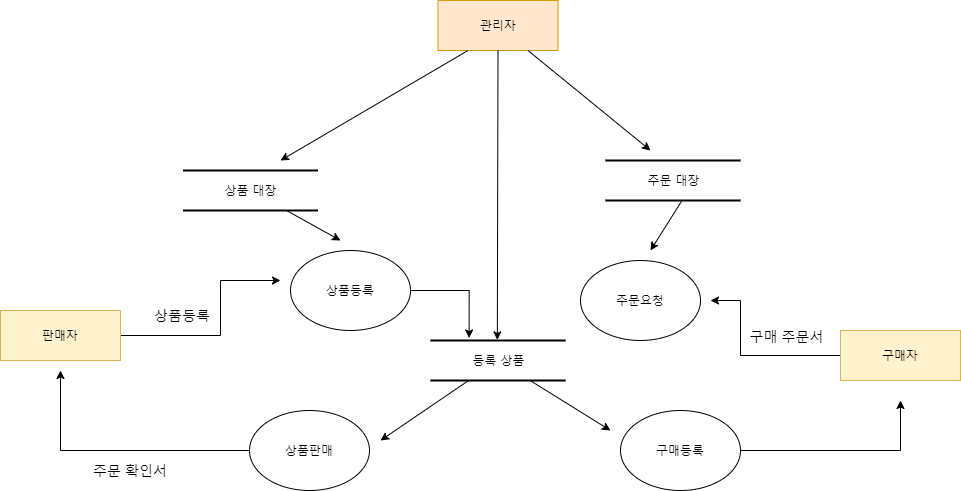
Before: Untitled Diagram.png, a diagram exported from draw.io (osiris0607/Project). Source tidied: cells renumbered, new cells last; positions are measured from the earlier drawing's top-left corner, leaving out a move shared by most shapes. The source it was exported from:
```xml
<mxGraphModel background="#ffffff">
  <root>
    <mxCell id="0" />
    <mxCell id="1" parent="0" />
    <mxCell id="2" style="edgeStyle=orthogonalEdgeStyle;rounded=0;jettySize=auto;html=1;exitX=0;exitY=0.5;exitDx=0;exitDy=0;" parent="1" edge="1" source="3">
      <mxGeometry relative="1" as="geometry">
        <mxPoint x="710" y="300" as="targetPoint" />
        <Array as="points">
          <mxPoint x="740" y="355" />
          <mxPoint x="740" y="300" />
        </Array>
      </mxGeometry>
    </mxCell>
    <mxCell id="3" value="구매자" style="whiteSpace=wrap;html=1;rounded=0;shadow=0;comic=0;labelBackgroundColor=none;strokeWidth=1;fontFamily=Verdana;fontSize=12;align=center;fillColor=#fff2cc;strokeColor=#d6b656;" parent="1" vertex="1">
      <mxGeometry x="840" y="330" width="120" height="50" as="geometry" />
    </mxCell>
    <mxCell id="4" value="등록 상품" style="html=1;rounded=0;shadow=0;comic=0;labelBackgroundColor=none;strokeWidth=2;fontFamily=Verdana;fontSize=12;align=center;shape=mxgraph.ios7ui.horLines;" parent="1" vertex="1">
      <mxGeometry x="430" y="340" width="135" height="40" as="geometry" />
    </mxCell>
    <mxCell id="5" style="edgeStyle=orthogonalEdgeStyle;rounded=0;jettySize=auto;html=1;" parent="1" edge="1" source="6">
      <mxGeometry relative="1" as="geometry">
        <mxPoint x="280" y="280" as="targetPoint" />
        <Array as="points">
          <mxPoint x="220" y="335" />
          <mxPoint x="220" y="280" />
        </Array>
      </mxGeometry>
    </mxCell>
    <mxCell id="6" value="판매자" style="whiteSpace=wrap;html=1;rounded=0;shadow=0;comic=0;labelBackgroundColor=none;strokeWidth=1;fontFamily=Verdana;fontSize=12;align=center;fillColor=#fff2cc;strokeColor=#d6b656;" parent="1" vertex="1">
      <mxGeometry y="310" width="120" height="50" as="geometry" />
    </mxCell>
    <mxCell id="7" value="관리자" style="whiteSpace=wrap;html=1;rounded=0;shadow=0;comic=0;labelBackgroundColor=none;strokeWidth=1;fontFamily=Verdana;fontSize=12;align=center;fillColor=#ffe6cc;strokeColor=#d79b00;" parent="1" vertex="1">
      <mxGeometry x="437.5" width="120" height="50" as="geometry" />
    </mxCell>
    <mxCell id="8" style="edgeStyle=orthogonalEdgeStyle;rounded=0;jettySize=auto;html=1;exitX=1;exitY=0.5;exitDx=0;exitDy=0;entryX=0.286;entryY=-0.062;entryDx=0;entryDy=0;entryPerimeter=0;" parent="1" edge="1" source="9" target="4">
      <mxGeometry relative="1" as="geometry" />
    </mxCell>
    <mxCell id="9" value="상품등록" style="ellipse;whiteSpace=wrap;html=1;" parent="1" vertex="1">
      <mxGeometry x="290" y="250" width="120" height="80" as="geometry" />
    </mxCell>
    <mxCell id="10" value="상품 대장" style="html=1;rounded=0;shadow=0;comic=0;labelBackgroundColor=none;strokeWidth=2;fontFamily=Verdana;fontSize=12;align=center;shape=mxgraph.ios7ui.horLines;" parent="1" vertex="1">
      <mxGeometry x="182.5" y="170" width="135" height="40" as="geometry" />
    </mxCell>
    <mxCell id="11" value="주문 대장" style="html=1;rounded=0;shadow=0;comic=0;labelBackgroundColor=none;strokeWidth=2;fontFamily=Verdana;fontSize=12;align=center;shape=mxgraph.ios7ui.horLines;" parent="1" vertex="1">
      <mxGeometry x="605" y="160" width="135" height="40" as="geometry" />
    </mxCell>
    <mxCell id="12" value="주문요청" style="ellipse;whiteSpace=wrap;html=1;" parent="1" vertex="1">
      <mxGeometry x="580" y="260" width="120" height="80" as="geometry" />
    </mxCell>
    <mxCell id="13" style="edgeStyle=orthogonalEdgeStyle;rounded=0;jettySize=auto;html=1;exitX=1;exitY=0.5;exitDx=0;exitDy=0;" parent="1" edge="1" source="14">
      <mxGeometry relative="1" as="geometry">
        <mxPoint x="900" y="400" as="targetPoint" />
      </mxGeometry>
    </mxCell>
    <mxCell id="14" value="구매등록" style="ellipse;whiteSpace=wrap;html=1;" parent="1" vertex="1">
      <mxGeometry x="620" y="410" width="120" height="80" as="geometry" />
    </mxCell>
    <mxCell id="15" style="edgeStyle=orthogonalEdgeStyle;rounded=0;jettySize=auto;html=1;exitX=0;exitY=0.5;exitDx=0;exitDy=0;" parent="1" edge="1" source="16">
      <mxGeometry relative="1" as="geometry">
        <mxPoint x="60" y="370" as="targetPoint" />
      </mxGeometry>
    </mxCell>
    <mxCell id="16" value="상품판매" style="ellipse;whiteSpace=wrap;html=1;" parent="1" vertex="1">
      <mxGeometry x="249" y="410" width="120" height="80" as="geometry" />
    </mxCell>
    <mxCell id="17" style="endArrow=classic;html=1;" parent="1" edge="1" source="4">
      <mxGeometry relative="1" as="geometry">
        <mxPoint x="380" y="440" as="targetPoint" />
      </mxGeometry>
    </mxCell>
    <mxCell id="18" style="endArrow=classic;html=1;" parent="1" edge="1" source="4">
      <mxGeometry relative="1" as="geometry">
        <mxPoint x="610" y="430" as="targetPoint" />
      </mxGeometry>
    </mxCell>
    <mxCell id="19" style="endArrow=classic;html=1;" parent="1" edge="1" source="10">
      <mxGeometry relative="1" as="geometry">
        <mxPoint x="340" y="240" as="targetPoint" />
      </mxGeometry>
    </mxCell>
    <mxCell id="20" style="endArrow=classic;html=1;exitX=0.563;exitY=1.02;exitDx=0;exitDy=0;exitPerimeter=0;" parent="1" edge="1" source="11">
      <mxGeometry relative="1" as="geometry">
        <mxPoint x="650" y="250" as="targetPoint" />
      </mxGeometry>
    </mxCell>
    <mxCell id="21" value="&lt;font style=&quot;font-size: 14px&quot;&gt;상품등록&lt;/font&gt;" style="text;html=1;strokeColor=none;fillColor=none;align=center;verticalAlign=middle;whiteSpace=wrap;rounded=0;" parent="1" vertex="1">
      <mxGeometry x="147" y="305" width="70" height="20" as="geometry" />
    </mxCell>
    <mxCell id="22" value="&lt;font style=&quot;font-size: 14px&quot;&gt;주문 확인서&lt;/font&gt;" style="text;html=1;strokeColor=none;fillColor=none;align=center;verticalAlign=middle;whiteSpace=wrap;rounded=0;" parent="1" vertex="1">
      <mxGeometry x="90" y="460" width="80" height="20" as="geometry" />
    </mxCell>
    <mxCell id="23" value="&lt;span style=&quot;font-size: 14px&quot;&gt;구매 주문서&lt;/span&gt;" style="text;html=1;strokeColor=none;fillColor=none;align=center;verticalAlign=middle;whiteSpace=wrap;rounded=0;" parent="1" vertex="1">
      <mxGeometry x="744" y="326" width="85" height="20" as="geometry" />
    </mxCell>
    <mxCell id="24" style="endArrow=classic;html=1;exitX=0.25;exitY=1;exitDx=0;exitDy=0;" parent="1" edge="1" source="7">
      <mxGeometry relative="1" as="geometry">
        <mxPoint x="280" y="160" as="targetPoint" />
      </mxGeometry>
    </mxCell>
    <mxCell id="25" style="endArrow=classic;html=1;exitX=0.75;exitY=1;exitDx=0;exitDy=0;" parent="1" edge="1" source="7">
      <mxGeometry relative="1" as="geometry">
        <mxPoint x="650" y="150" as="targetPoint" />
      </mxGeometry>
    </mxCell>
    <mxCell id="26" style="endArrow=classic;html=1;exitX=0.5;exitY=1;exitDx=0;exitDy=0;entryX=0.495;entryY=-0.015;entryDx=0;entryDy=0;entryPerimeter=0;" parent="1" edge="1" source="7" target="4">
      <mxGeometry relative="1" as="geometry" />
    </mxCell>
  </root>
</mxGraphModel>
```
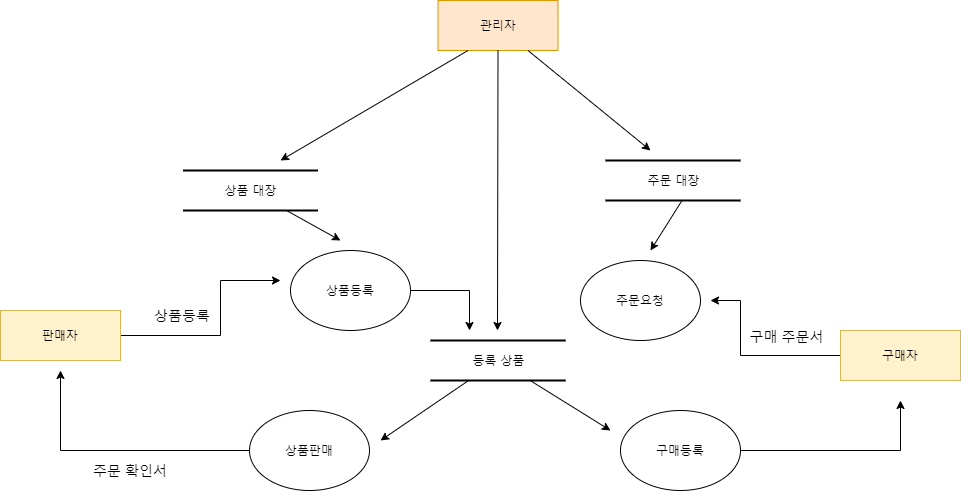
Later version of the same file.

Change to the diagram source:
```diff
@@ -32,8 +32,13 @@
     <mxCell id="7" value="관리자" style="whiteSpace=wrap;html=1;rounded=0;shadow=0;comic=0;labelBackgroundColor=none;strokeWidth=1;fontFamily=Verdana;fontSize=12;align=center;fillColor=#ffe6cc;strokeColor=#d79b00;" parent="1" vertex="1">
       <mxGeometry x="437.5" width="120" height="50" as="geometry" />
     </mxCell>
-    <mxCell id="8" style="edgeStyle=orthogonalEdgeStyle;rounded=0;jettySize=auto;html=1;exitX=1;exitY=0.5;exitDx=0;exitDy=0;entryX=0.286;entryY=-0.062;entryDx=0;entryDy=0;entryPerimeter=0;" parent="1" edge="1" source="9" target="4">
-      <mxGeometry relative="1" as="geometry" />
+    <mxCell id="8" style="edgeStyle=orthogonalEdgeStyle;rounded=0;jettySize=auto;html=1;exitX=1;exitY=0.5;exitDx=0;exitDy=0;" parent="1" edge="1" source="9">
+      <mxGeometry relative="1" as="geometry">
+        <mxPoint x="469" y="330" as="targetPoint" />
+        <Array as="points">
+          <mxPoint x="469" y="290" />
+        </Array>
+      </mxGeometry>
     </mxCell>
     <mxCell id="9" value="상품등록" style="ellipse;whiteSpace=wrap;html=1;" parent="1" vertex="1">
       <mxGeometry x="290" y="250" width="120" height="80" as="geometry" />
@@ -102,8 +107,10 @@
         <mxPoint x="650" y="150" as="targetPoint" />
       </mxGeometry>
     </mxCell>
-    <mxCell id="26" style="endArrow=classic;html=1;exitX=0.5;exitY=1;exitDx=0;exitDy=0;entryX=0.495;entryY=-0.015;entryDx=0;entryDy=0;entryPerimeter=0;" parent="1" edge="1" source="7" target="4">
-      <mxGeometry relative="1" as="geometry" />
+    <mxCell id="26" style="endArrow=classic;html=1;exitX=0.5;exitY=1;exitDx=0;exitDy=0;" parent="1" edge="1" source="7">
+      <mxGeometry relative="1" as="geometry">
+        <mxPoint x="497" y="330" as="targetPoint" />
+      </mxGeometry>
     </mxCell>
   </root>
 </mxGraphModel>
```
